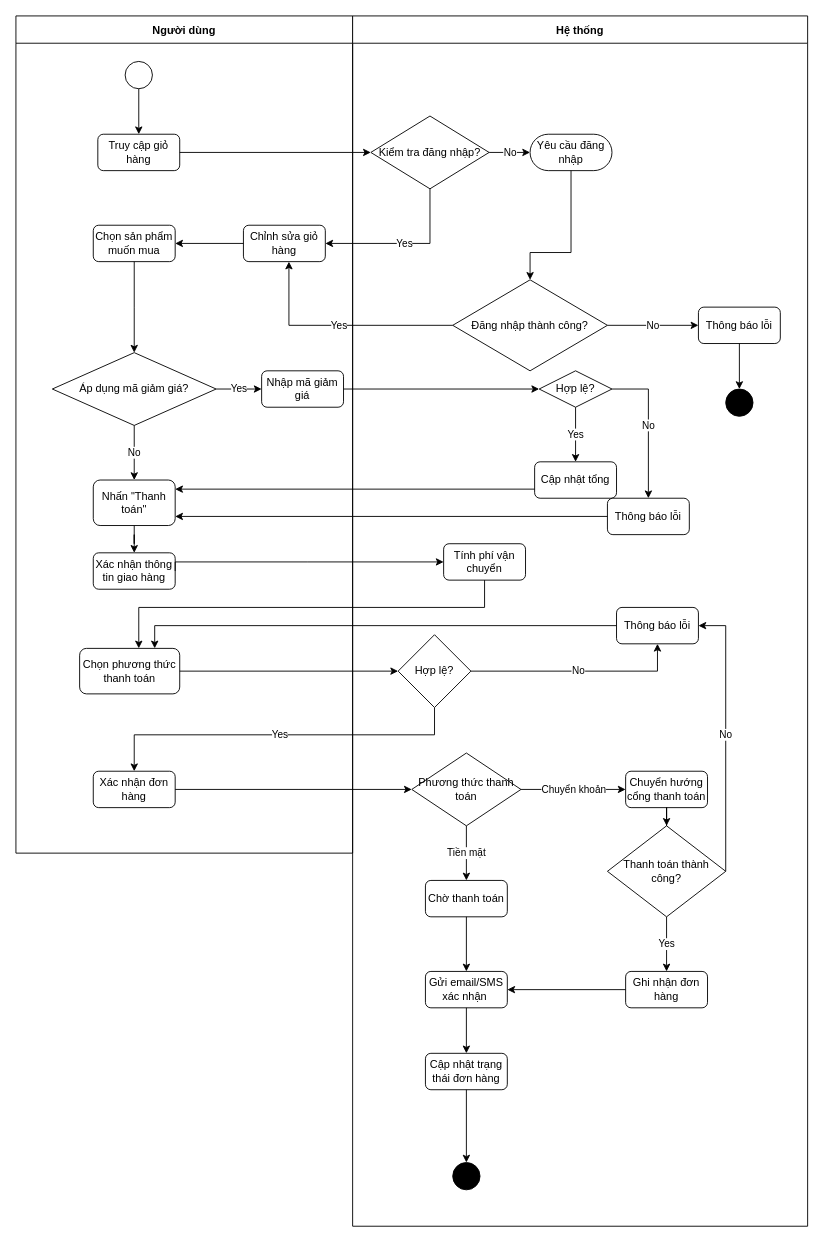
Before: Activity Diagram/Cart_Checkout.drawio in NguyenThaiDung2003/IT3120Nhom11, a draw.io diagram. Source tidied: cells renumbered, new cells numbered last; positions are measured from the earlier drawing's top-left corner, leaving out a move shared by most shapes. Both pictures are drawn from the tidied source at 91%, with x=0, y=0 at pixel (15, 15).
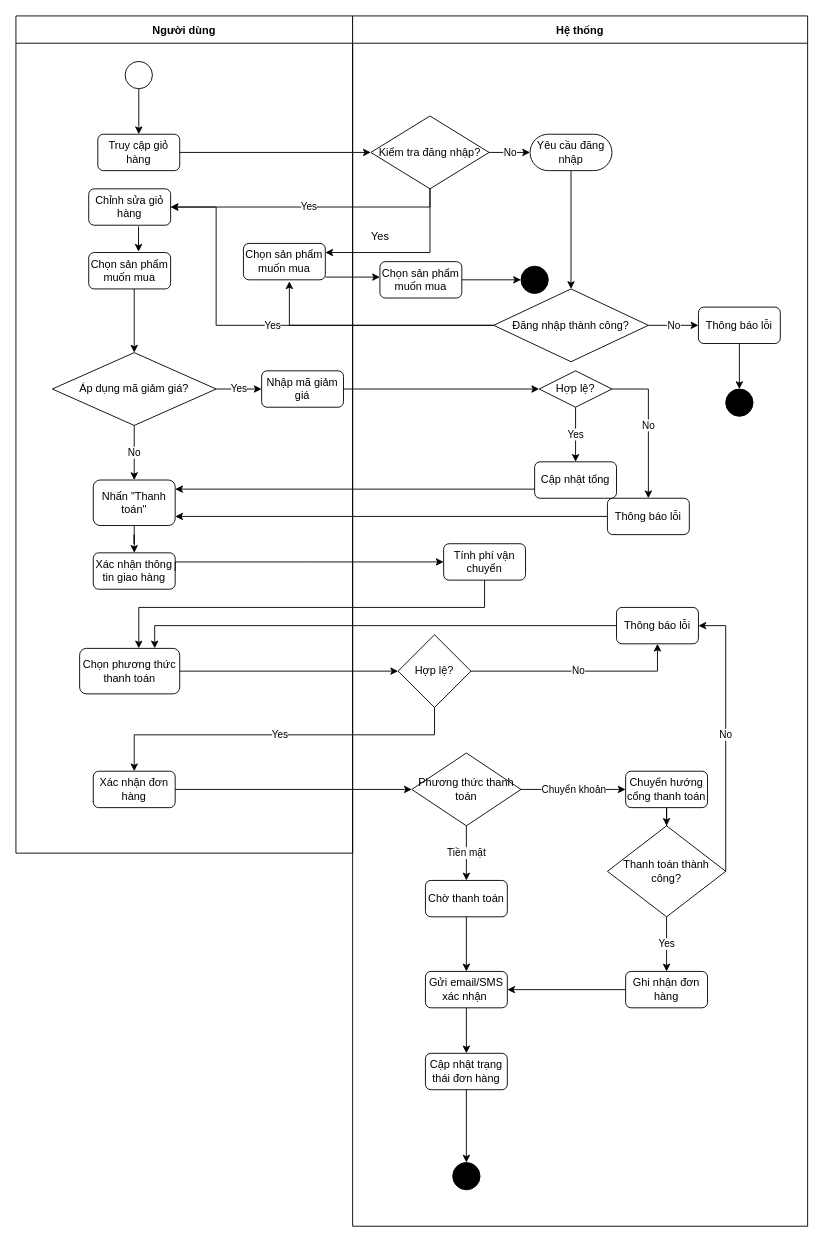
The same diagram, later.

Commit message:
Bổ sung luồn xem lịch sử giao dịch vào biểu đồ AD Cart_CheckoutCheckout

Unchanged cells that the change refers to:
```xml
<mxCell id="2" value="Người dùng" style="swimlane;startSize=30;" parent="1" vertex="1">
  <mxGeometry width="370" height="920" as="geometry" />
</mxCell>
<mxCell id="6" value="Áp dụng mã giảm giá?" style="rhombus;whiteSpace=wrap;html=1;" parent="2" vertex="1">
  <mxGeometry x="40" y="370" width="180" height="80" as="geometry" />
</mxCell>
<mxCell id="17" value="Hệ thống" style="swimlane;startSize=30;" parent="1" vertex="1">
  <mxGeometry x="370" width="500" height="1330" as="geometry" />
</mxCell>
<mxCell id="18" value="Kiểm tra đăng nhập?" style="rhombus;whiteSpace=wrap;html=1;" parent="17" vertex="1">
  <mxGeometry x="20" y="110" width="130" height="80" as="geometry" />
</mxCell>
<mxCell id="19" value="Yêu cầu đăng nhập" style="rounded=1;whiteSpace=wrap;html=1;arcSize=50;" parent="17" vertex="1">
  <mxGeometry x="195" y="130" width="90" height="40" as="geometry" />
</mxCell>
```

The edit, as a diff of the source:
```diff
@@
     <mxCell id="5" value="Chỉnh sửa giỏ hàng" style="rounded=1;whiteSpace=wrap;html=1;" parent="2" vertex="1">
-      <mxGeometry x="250" y="230" width="90" height="40" as="geometry" />
+      <mxGeometry x="80" y="190" width="90" height="40" as="geometry" />
     </mxCell>
@@
     <mxCell id="14" value="Chọn sản phẩm muốn mua" style="rounded=1;whiteSpace=wrap;html=1;" parent="2" vertex="1">
-      <mxGeometry x="85" y="230" width="90" height="40" as="geometry" />
+      <mxGeometry x="80" y="260" width="90" height="40" as="geometry" />
     </mxCell>
+    <mxCell id="16" style="edgeStyle=orthogonalEdgeStyle;rounded=0;html=1;jettySize=auto;entryX=0.5;entryY=0;entryDx=0;entryDy=0;" parent="2" edge="1" target="6">
+      <mxGeometry relative="1" as="geometry">
+        <mxPoint x="130" y="300" as="sourcePoint" />
+        <Array as="points">
+          <mxPoint x="130" y="300" />
+        </Array>
+      </mxGeometry>
+    </mxCell>
-    <mxCell id="15" style="edgeStyle=orthogonalEdgeStyle;rounded=0;html=1;jettySize=auto;entryX=1;entryY=0.5;entryDx=0;entryDy=0;" parent="2" edge="1" source="5" target="14">
+    <mxCell id="15" style="edgeStyle=orthogonalEdgeStyle;rounded=0;html=1;jettySize=auto;entryX=0.608;entryY=-0.022;entryDx=0;entryDy=0;entryPerimeter=0;exitX=0.608;exitY=1.033;exitDx=0;exitDy=0;exitPerimeter=0;" parent="2" edge="1" source="5" target="14">
       <mxGeometry relative="1" as="geometry" />
     </mxCell>
-    <mxCell id="16" style="edgeStyle=orthogonalEdgeStyle;rounded=0;html=1;jettySize=auto;entryX=0.5;entryY=0;entryDx=0;entryDy=0;exitX=0.5;exitY=1;exitDx=0;exitDy=0;" parent="2" edge="1" source="14" target="6">
-      <mxGeometry relative="1" as="geometry">
-        <Array as="points">
-          <mxPoint x="130" y="320" />
-          <mxPoint x="130" y="320" />
-        </Array>
-      </mxGeometry>
-    </mxCell>
+    <mxCell id="67" value="Chọn sản phẩm muốn mua" style="rounded=1;whiteSpace=wrap;html=1;" parent="2" vertex="1">
+      <mxGeometry x="250" y="250" width="90" height="40" as="geometry" />
+    </mxCell>
@@
     <mxCell id="20" value="Đăng nhập thành công?" style="rhombus;whiteSpace=wrap;html=1;" parent="17" vertex="1">
-      <mxGeometry x="110" y="290" width="170" height="100" as="geometry" />
+      <mxGeometry x="155" y="300" width="170" height="80" as="geometry" />
     </mxCell>
@@
+    <mxCell id="68" value="Chọn sản phẩm muốn mua" style="rounded=1;whiteSpace=wrap;html=1;" parent="17" vertex="1">
+      <mxGeometry x="30" y="270" width="90" height="40" as="geometry" />
+    </mxCell>
+    <mxCell id="69" style="edgeStyle=orthogonalEdgeStyle;rounded=0;html=1;jettySize=auto;exitX=1.001;exitY=0.925;exitDx=0;exitDy=0;exitPerimeter=0;" parent="17" edge="1" source="67">
+      <mxGeometry relative="1" as="geometry">
+        <mxPoint x="30" y="287" as="targetPoint" />
+        <Array as="points">
+          <mxPoint x="30" y="287" />
+        </Array>
+      </mxGeometry>
+    </mxCell>
+    <mxCell id="70" style="ellipse;whiteSpace=wrap;html=1;fillColor=#000000;" parent="17" vertex="1">
+      <mxGeometry x="185" y="275" width="30" height="30" as="geometry" />
+    </mxCell>
+    <mxCell id="71" style="edgeStyle=orthogonalEdgeStyle;rounded=0;html=1;jettySize=auto;exitX=1;exitY=0.5;exitDx=0;exitDy=0;entryX=0;entryY=0.5;entryDx=0;entryDy=0;" parent="17" edge="1" source="68" target="70">
+      <mxGeometry relative="1" as="geometry" />
+    </mxCell>
@@
-    <mxCell id="46" value="Yes" style="edgeStyle=orthogonalEdgeStyle;rounded=0;html=1;jettySize=auto;" parent="1" edge="1" source="18" target="5">
+    <mxCell id="46" value="&lt;span style=&quot;color: rgb(0, 0, 0);&quot;&gt;Yes&lt;/span&gt;" style="edgeStyle=orthogonalEdgeStyle;rounded=0;html=1;jettySize=auto;entryX=1;entryY=0.5;entryDx=0;entryDy=0;" parent="1" edge="1" source="18" target="5">
       <mxGeometry relative="1" as="geometry">
         <Array as="points">
-          <mxPoint x="455" y="250" />
+          <mxPoint x="455" y="210" />
         </Array>
       </mxGeometry>
     </mxCell>
     <mxCell id="47" style="edgeStyle=orthogonalEdgeStyle;rounded=0;html=1;jettySize=auto;entryX=0.5;entryY=0;entryDx=0;entryDy=0;" parent="1" edge="1" source="19" target="20">
       <mxGeometry relative="1" as="geometry">
         <Array as="points">
-          <mxPoint x="610" y="260" />
-          <mxPoint x="565" y="260" />
+          <mxPoint x="610" y="300" />
         </Array>
       </mxGeometry>
     </mxCell>
     <mxCell id="48" value="Yes" style="edgeStyle=orthogonalEdgeStyle;rounded=0;html=1;jettySize=auto;exitX=0;exitY=0.5;exitDx=0;exitDy=0;" parent="1" edge="1" source="20" target="5">
       <mxGeometry relative="1" as="geometry">
         <Array as="points">
-          <mxPoint x="300" y="340" />
+          <mxPoint x="220" y="340" />
+          <mxPoint x="220" y="210" />
         </Array>
       </mxGeometry>
     </mxCell>
@@
+    <mxCell id="72" style="edgeStyle=orthogonalEdgeStyle;rounded=0;html=1;jettySize=auto;exitX=0.5;exitY=1;exitDx=0;exitDy=0;entryX=1;entryY=0.25;entryDx=0;entryDy=0;" parent="1" edge="1" source="18" target="67">
+      <mxGeometry relative="1" as="geometry">
+        <Array as="points">
+          <mxPoint x="455" y="260" />
+        </Array>
+      </mxGeometry>
+    </mxCell>
+    <mxCell id="73" value="Yes" style="text;html=1;align=center;verticalAlign=middle;strokeColor=none;fillColor=none;" parent="1" vertex="1">
+      <mxGeometry x="380" y="228" width="40" height="30" as="geometry" />
+    </mxCell>
+    <mxCell id="74" style="edgeStyle=orthogonalEdgeStyle;rounded=0;html=1;jettySize=auto;exitX=0;exitY=0.5;exitDx=0;exitDy=0;entryX=0.561;entryY=1.041;entryDx=0;entryDy=0;entryPerimeter=0;" parent="1" edge="1" source="20" target="67">
+      <mxGeometry relative="1" as="geometry">
+        <Array as="points">
+          <mxPoint x="301" y="340" />
+        </Array>
+      </mxGeometry>
+    </mxCell>
```
